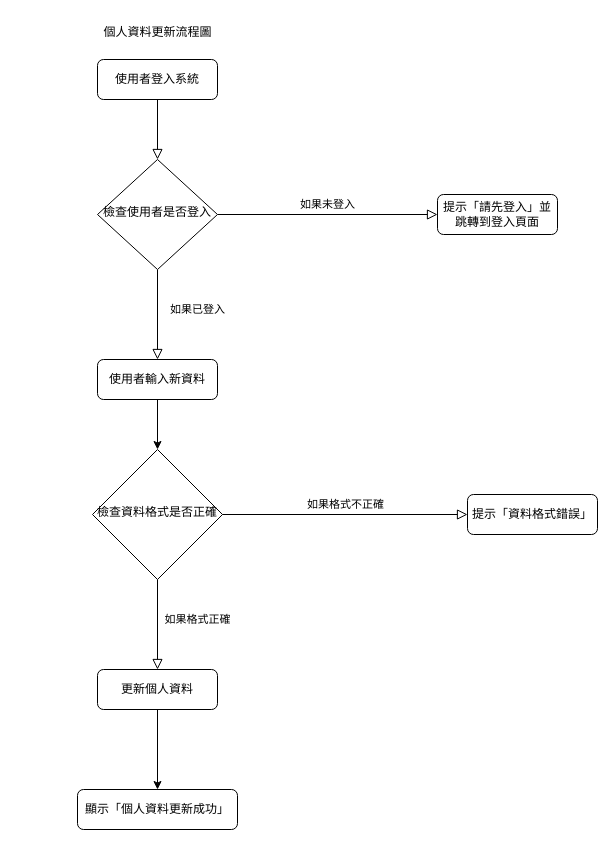
Earlier version of the draw.io diagram 系統流程圖(個人資料更新).drawio (hak99101314/Maintenance-inquiry-system). Source tidied: cells renumbered, new cells numbered last; positions are measured from the earlier drawing's top-left corner, leaving out a move shared by most shapes. Both pictures are drawn from the tidied source at 100%, with x=0, y=0 at pixel (77, 17).
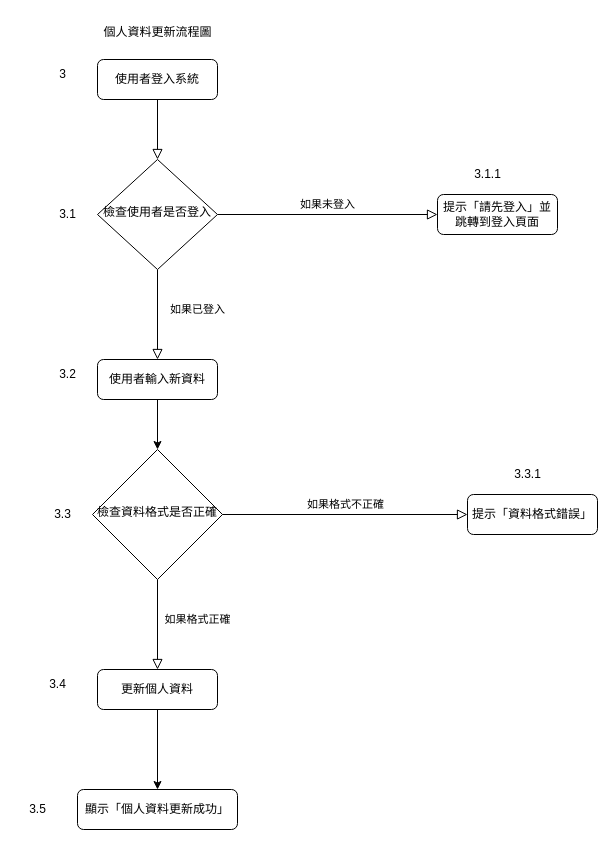
The same diagram, later.

Commit message (it also covers changes not shown here):
更新系統流程圖(個人資料更新).drawio

What changed in the source:
```diff
@@
+    <mxCell id="18" value="3" style="text;html=1;align=center;verticalAlign=middle;strokeColor=none;fillColor=none;" parent="1" vertex="1">
+      <mxGeometry x="-30" y="42" width="30" height="30" as="geometry" />
+    </mxCell>
+    <mxCell id="19" value="3.1" style="text;html=1;align=center;verticalAlign=middle;strokeColor=none;fillColor=none;" parent="1" vertex="1">
+      <mxGeometry x="-30" y="182" width="40" height="30" as="geometry" />
+    </mxCell>
+    <mxCell id="20" value="3.1.1" style="text;html=1;align=center;verticalAlign=middle;strokeColor=none;fillColor=none;" parent="1" vertex="1">
+      <mxGeometry x="385" y="142" width="50" height="30" as="geometry" />
+    </mxCell>
+    <mxCell id="21" value="3.2" style="text;html=1;align=center;verticalAlign=middle;strokeColor=none;fillColor=none;" parent="1" vertex="1">
+      <mxGeometry x="-30" y="342" width="40" height="30" as="geometry" />
+    </mxCell>
+    <mxCell id="22" value="3.3" style="text;html=1;align=center;verticalAlign=middle;strokeColor=none;fillColor=none;" parent="1" vertex="1">
+      <mxGeometry x="-35" y="482" width="40" height="30" as="geometry" />
+    </mxCell>
+    <mxCell id="23" value="3.3.1" style="text;html=1;align=center;verticalAlign=middle;strokeColor=none;fillColor=none;" parent="1" vertex="1">
+      <mxGeometry x="425" y="442" width="50" height="30" as="geometry" />
+    </mxCell>
+    <mxCell id="24" value="3.4" style="text;html=1;align=center;verticalAlign=middle;strokeColor=none;fillColor=none;" parent="1" vertex="1">
+      <mxGeometry x="-40" y="652" width="40" height="30" as="geometry" />
+    </mxCell>
+    <mxCell id="25" value="3.5" style="text;html=1;align=center;verticalAlign=middle;strokeColor=none;fillColor=none;" parent="1" vertex="1">
+      <mxGeometry x="-60" y="777" width="40" height="30" as="geometry" />
+    </mxCell>
```
